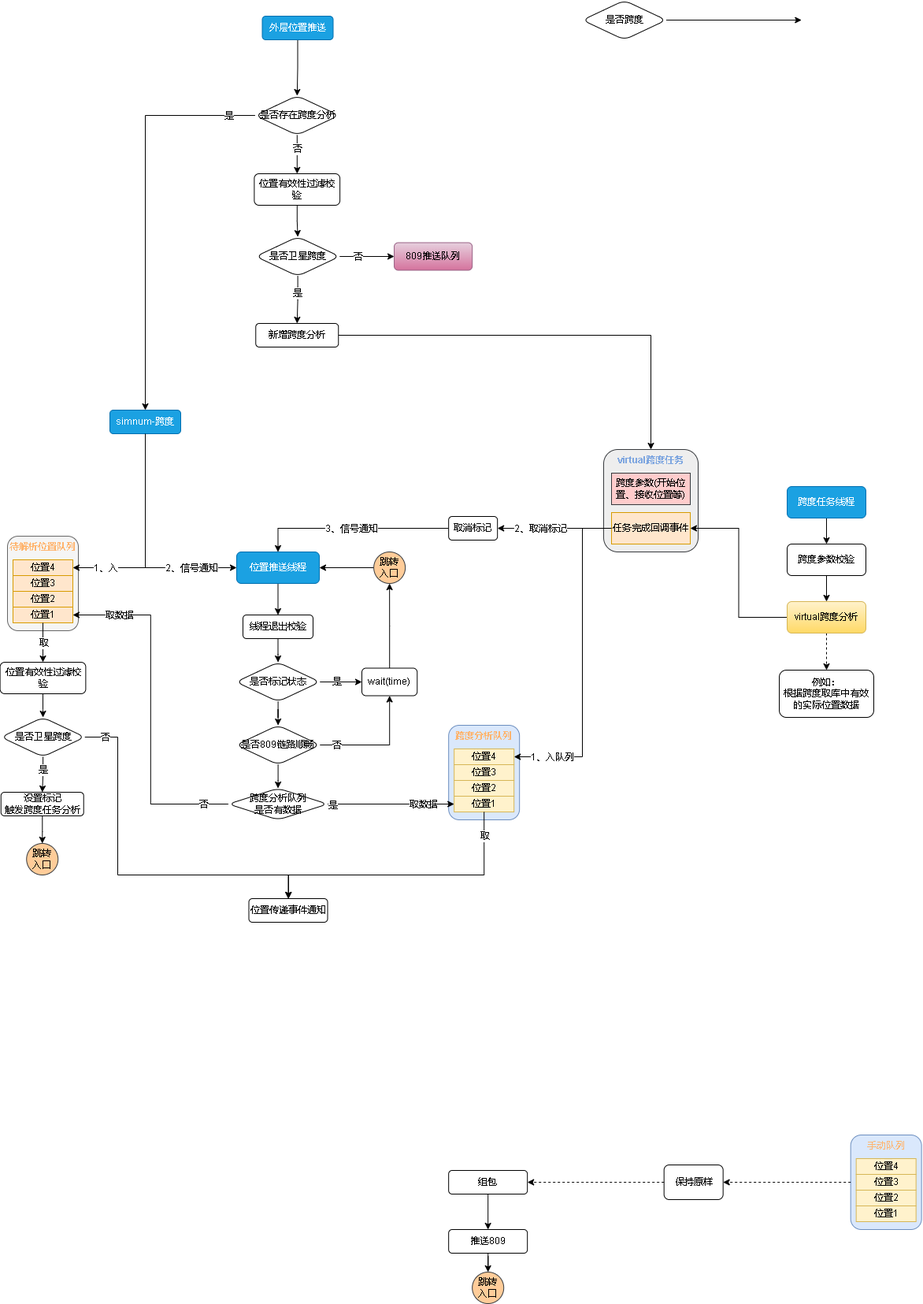
Above: 809数据跨度.drawio.png in xktder/draw (draw.io), before the change. Source tidied: cells renumbered, new cells last; positions are measured from the earlier drawing's top-left corner, leaving out a move shared by most shapes.
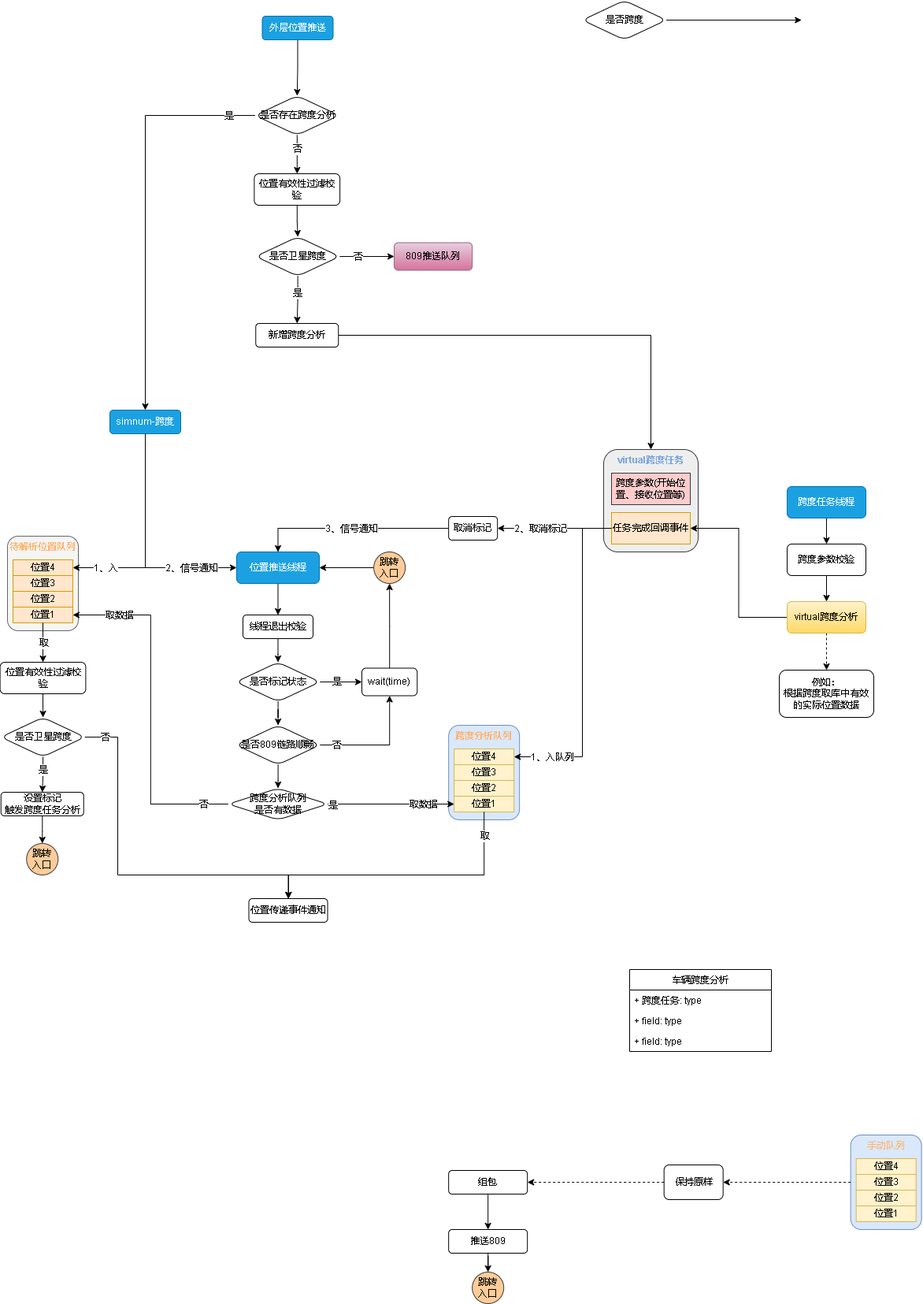
Above is the later version.

Commit message:
更新809数据跨度.drawio.png

What changed in the source:
```diff
@@ -376,5 +376,17 @@
     <mxCell id="108" value="809推送队列" style="whiteSpace=wrap;html=1;rounded=1;fillColor=#e6d0de;gradientColor=#d5739d;strokeColor=#996185;" parent="1" vertex="1">
       <mxGeometry x="500" y="307.5" width="99.1" height="35" as="geometry" />
     </mxCell>
+    <mxCell id="109" value="车辆跨度分析" style="swimlane;fontStyle=0;horizontal=1;startSize=26;fillColor=none;fontColor=#000000;" parent="1" vertex="1">
+      <mxGeometry x="799" y="1230" width="180" height="104" as="geometry" />
+    </mxCell>
+    <mxCell id="110" value="+ 跨度任务: type" style="text;strokeColor=none;fillColor=none;align=left;verticalAlign=top;spacingLeft=4;spacingRight=4;overflow=hidden;fontColor=#000000;" parent="109" vertex="1">
+      <mxGeometry y="26" width="180" height="26" as="geometry" />
+    </mxCell>
+    <mxCell id="111" value="+ field: type" style="text;strokeColor=none;fillColor=none;align=left;verticalAlign=top;spacingLeft=4;spacingRight=4;overflow=hidden;fontColor=#000000;" parent="109" vertex="1">
+      <mxGeometry y="52" width="180" height="26" as="geometry" />
+    </mxCell>
+    <mxCell id="112" value="+ field: type" style="text;strokeColor=none;fillColor=none;align=left;verticalAlign=top;spacingLeft=4;spacingRight=4;overflow=hidden;fontColor=#000000;" parent="109" vertex="1">
+      <mxGeometry y="78" width="180" height="26" as="geometry" />
+    </mxCell>
   </root>
 </mxGraphModel>
```
